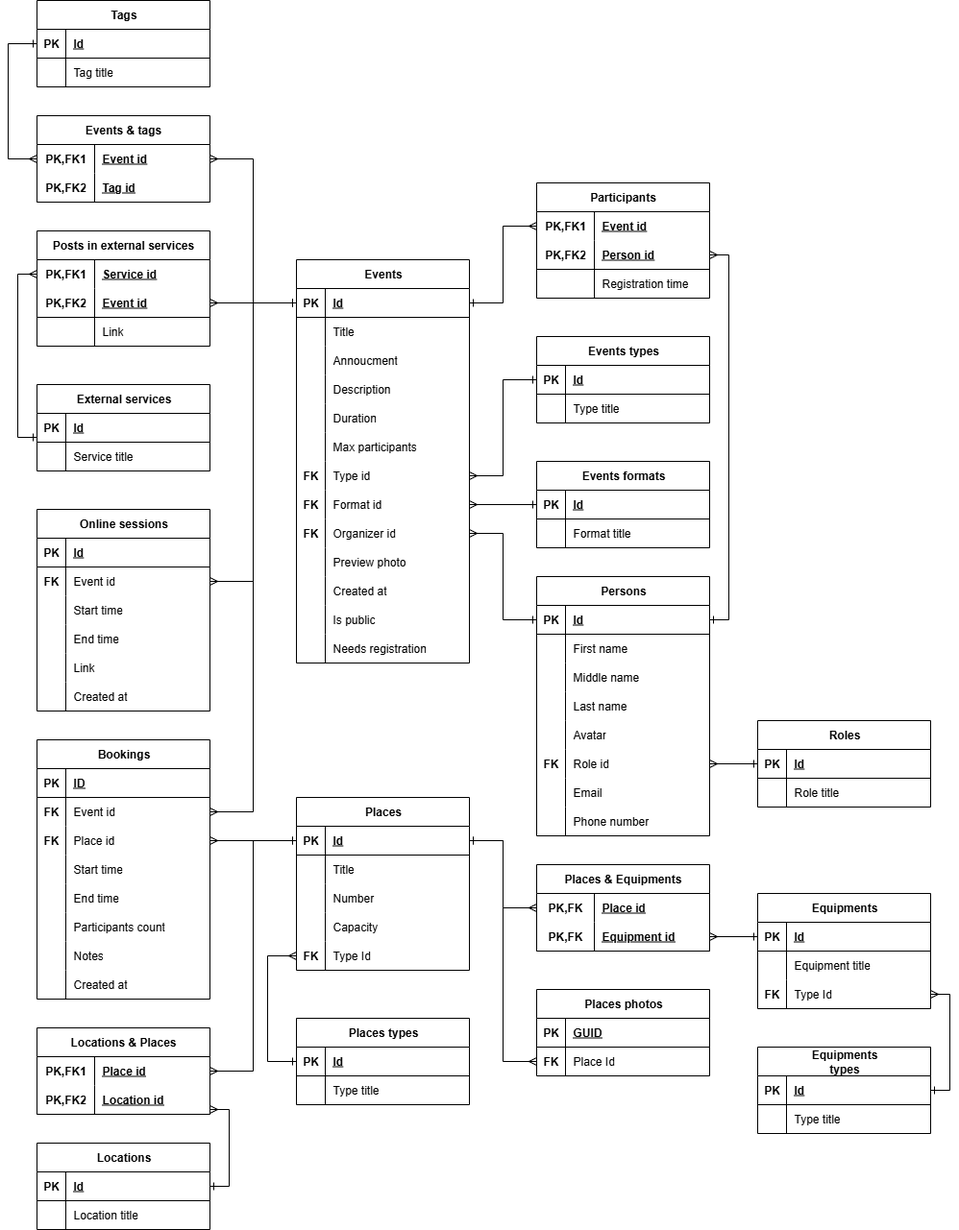
Before: DB.png, a diagram exported from draw.io (Shtskkh/Events.Backend). Source tidied: cells renumbered, new cells last; positions are measured from the earlier drawing's top-left corner, leaving out a move shared by most shapes.
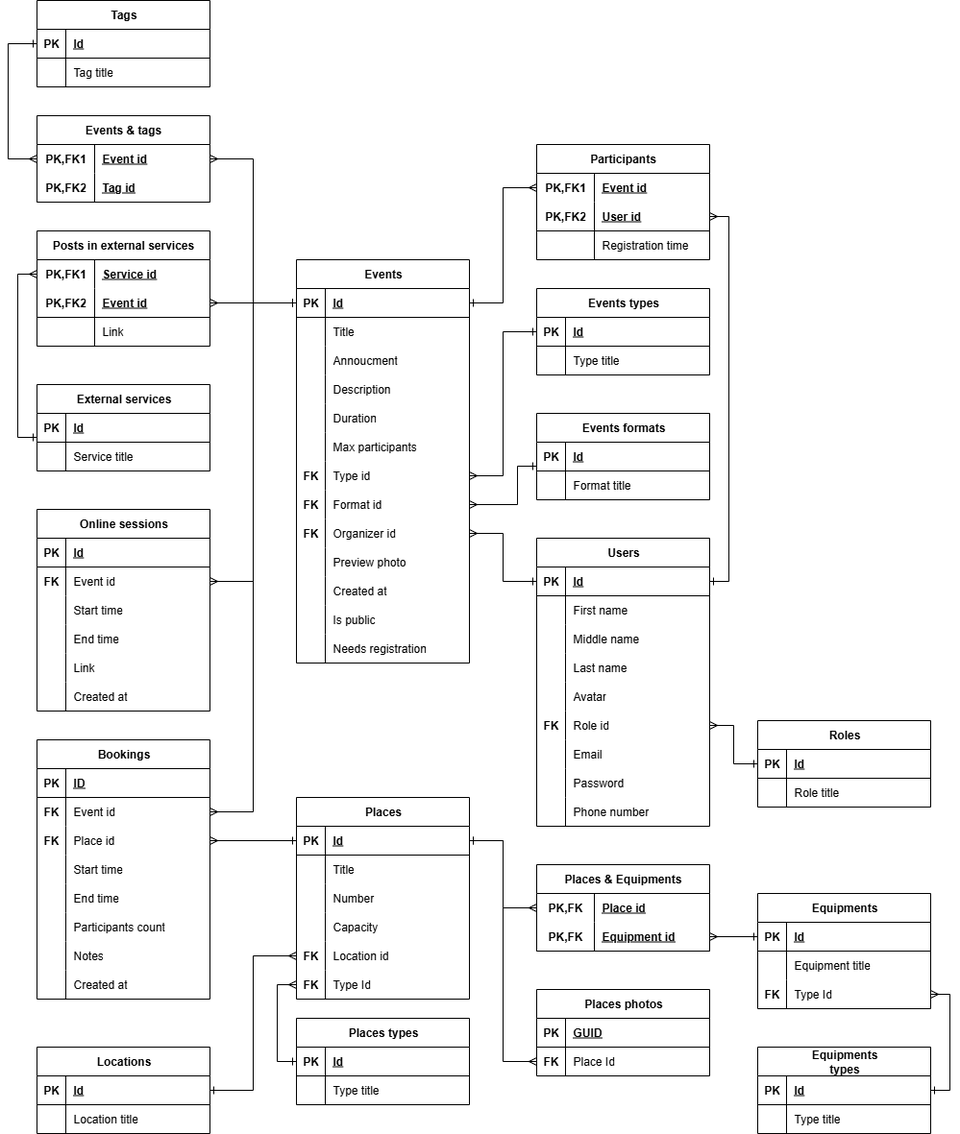
After the change.

Diff of the diagram source:
```diff
@@ -123,7 +123,7 @@
       <mxGeometry x="30" width="150" height="30" as="geometry" />
     </mxCell>
     <mxCell id="42" value="Events types" style="shape=table;startSize=30;rowLines=0;fontStyle=1;align=center;html=1;" parent="1" vertex="1">
-      <mxGeometry x="550" y="350" width="180" height="90" as="geometry" />
+      <mxGeometry x="550" y="300" width="180" height="90" as="geometry" />
     </mxCell>
     <mxCell id="43" style="shape=tableRow;horizontal=0;startSize=0;swimlaneHead=0;swimlaneBody=0;fillColor=none;points=[[0,0.5],[1,0.5]];portConstraint=eastwest;top=0;left=0;right=0;bottom=1;" parent="42" vertex="1">
       <mxGeometry y="30" width="180" height="30" as="geometry" />
@@ -147,10 +147,15 @@
       <mxGeometry relative="1" as="geometry" />
     </mxCell>
     <mxCell id="50" style="edgeStyle=orthogonalEdgeStyle;rounded=0;jettySize=auto;html=1;startArrow=ERone;startFill=0;endArrow=ERmany;endFill=0;" parent="1" edge="1" source="51" target="24">
-      <mxGeometry relative="1" as="geometry" />
+      <mxGeometry relative="1" as="geometry">
+        <Array as="points">
+          <mxPoint x="530" y="485" />
+          <mxPoint x="530" y="525" />
+        </Array>
+      </mxGeometry>
     </mxCell>
     <mxCell id="51" value="Events formats" style="shape=table;startSize=30;rowLines=0;fontStyle=1;align=center;html=1;" parent="1" vertex="1">
-      <mxGeometry x="550" y="480" width="180" height="90" as="geometry" />
+      <mxGeometry x="550" y="430" width="180" height="90" as="geometry" />
     </mxCell>
     <mxCell id="52" style="shape=tableRow;horizontal=0;startSize=0;swimlaneHead=0;swimlaneBody=0;fillColor=none;top=0;left=0;right=0;bottom=1;" parent="51" vertex="1">
       <mxGeometry y="30" width="180" height="30" as="geometry" />
@@ -221,7 +226,7 @@
       <mxGeometry x="60" width="120" height="30" as="geometry" />
     </mxCell>
     <mxCell id="73" value="Places" style="shape=table;startSize=30;rowLines=0;fontStyle=1;align=center;html=1;" parent="1" vertex="1">
-      <mxGeometry x="300" y="830" width="180" height="180" as="geometry" />
+      <mxGeometry x="300" y="830" width="180" height="210" as="geometry" />
     </mxCell>
     <mxCell id="74" style="shape=tableRow;horizontal=0;startSize=0;swimlaneHead=0;swimlaneBody=0;fillColor=none;points=[[0,0.5],[1,0.5]];portConstraint=eastwest;top=0;left=0;right=0;bottom=1;" parent="73" vertex="1">
       <mxGeometry y="30" width="180" height="30" as="geometry" />
@@ -265,9 +270,18 @@
     <mxCell id="87" value="&lt;div&gt;&lt;b&gt;FK&lt;/b&gt;&lt;/div&gt;" style="shape=partialRectangle;fillColor=none;top=0;left=0;bottom=0;right=0;overflow=hidden;whiteSpace=wrap;html=1;" parent="86" vertex="1">
       <mxGeometry width="30" height="30" as="geometry" />
     </mxCell>
-    <mxCell id="88" value="Type Id" style="shape=partialRectangle;fillColor=none;top=0;left=0;bottom=0;right=0;align=left;spacingLeft=6;overflow=hidden;whiteSpace=wrap;html=1;" parent="86" vertex="1">
+    <mxCell id="88" value="Location id" style="shape=partialRectangle;fillColor=none;top=0;left=0;bottom=0;right=0;align=left;spacingLeft=6;overflow=hidden;whiteSpace=wrap;html=1;" parent="86" vertex="1">
       <mxGeometry x="30" width="150" height="30" as="geometry" />
     </mxCell>
+    <mxCell id="261" style="shape=tableRow;horizontal=0;startSize=0;swimlaneHead=0;swimlaneBody=0;fillColor=none;points=[[0,0.5],[1,0.5]];portConstraint=eastwest;top=0;left=0;right=0;bottom=0;" parent="73" vertex="1">
+      <mxGeometry y="180" width="180" height="30" as="geometry" />
+    </mxCell>
+    <mxCell id="262" value="&lt;div&gt;&lt;b&gt;FK&lt;/b&gt;&lt;/div&gt;" style="shape=partialRectangle;fillColor=none;top=0;left=0;bottom=0;right=0;overflow=hidden;whiteSpace=wrap;html=1;" parent="261" vertex="1">
+      <mxGeometry width="30" height="30" as="geometry" />
+    </mxCell>
+    <mxCell id="263" value="Type Id" style="shape=partialRectangle;fillColor=none;top=0;left=0;bottom=0;right=0;align=left;spacingLeft=6;overflow=hidden;whiteSpace=wrap;html=1;" parent="261" vertex="1">
+      <mxGeometry x="30" width="150" height="30" as="geometry" />
+    </mxCell>
     <mxCell id="89" value="&lt;span style=&quot;text-align: left; text-wrap-mode: wrap;&quot;&gt;Equipments&lt;/span&gt;" style="shape=table;startSize=30;rowLines=0;fontStyle=1;align=center;html=1;" parent="1" vertex="1">
       <mxGeometry x="780" y="930" width="180" height="120" as="geometry" />
     </mxCell>
@@ -396,8 +410,8 @@
     <mxCell id="129" style="edgeStyle=orthogonalEdgeStyle;rounded=0;jettySize=auto;html=1;startArrow=ERone;startFill=0;endArrow=ERmany;endFill=0;" parent="1" edge="1" source="74" target="126">
       <mxGeometry relative="1" as="geometry" />
     </mxCell>
-    <mxCell id="130" value="Persons" style="shape=table;startSize=30;rowLines=0;fontStyle=1;align=center;html=1;" parent="1" vertex="1">
-      <mxGeometry x="550" y="600" width="180" height="270" as="geometry" />
+    <mxCell id="130" value="Users" style="shape=table;startSize=30;rowLines=0;fontStyle=1;align=center;html=1;" parent="1" vertex="1">
+      <mxGeometry x="550" y="560" width="180" height="300" as="geometry" />
     </mxCell>
     <mxCell id="131" style="shape=tableRow;horizontal=0;startSize=0;swimlaneHead=0;swimlaneBody=0;fillColor=none;points=[[0,0.5],[1,0.5]];portConstraint=eastwest;top=0;left=0;right=0;bottom=1;" parent="130" vertex="1">
       <mxGeometry y="30" width="180" height="30" as="geometry" />
@@ -462,8 +476,17 @@
     <mxCell id="151" value="Email" style="shape=partialRectangle;fillColor=none;top=0;left=0;bottom=0;right=0;align=left;spacingLeft=6;overflow=hidden;whiteSpace=wrap;html=1;" parent="149" vertex="1">
       <mxGeometry x="30" width="150" height="30" as="geometry" />
     </mxCell>
+    <mxCell id="264" style="shape=tableRow;horizontal=0;startSize=0;swimlaneHead=0;swimlaneBody=0;fillColor=none;top=0;left=0;right=0;bottom=0;" parent="130" vertex="1">
+      <mxGeometry y="240" width="180" height="30" as="geometry" />
+    </mxCell>
+    <mxCell id="265" style="shape=partialRectangle;fillColor=none;top=0;left=0;bottom=0;right=0;overflow=hidden;whiteSpace=wrap;html=1;" parent="264" vertex="1">
+      <mxGeometry width="30" height="30" as="geometry" />
+    </mxCell>
+    <mxCell id="266" value="Password" style="shape=partialRectangle;fillColor=none;top=0;left=0;bottom=0;right=0;align=left;spacingLeft=6;overflow=hidden;whiteSpace=wrap;html=1;" parent="264" vertex="1">
+      <mxGeometry x="30" width="150" height="30" as="geometry" />
+    </mxCell>
     <mxCell id="152" style="shape=tableRow;horizontal=0;startSize=0;swimlaneHead=0;swimlaneBody=0;fillColor=none;top=0;left=0;right=0;bottom=0;" parent="130" vertex="1">
-      <mxGeometry y="240" width="180" height="30" as="geometry" />
+      <mxGeometry y="270" width="180" height="30" as="geometry" />
     </mxCell>
     <mxCell id="153" style="shape=partialRectangle;fillColor=none;top=0;left=0;bottom=0;right=0;overflow=hidden;whiteSpace=wrap;html=1;" parent="152" vertex="1">
       <mxGeometry width="30" height="30" as="geometry" />
@@ -699,7 +722,7 @@
       <mxGeometry relative="1" as="geometry" />
     </mxCell>
     <mxCell id="229" value="Participants" style="shape=table;startSize=30;rowLines=0;fontStyle=1;align=center;html=1;whiteSpace=wrap;" parent="1" vertex="1">
-      <mxGeometry x="550" y="190" width="180" height="120" as="geometry" />
+      <mxGeometry x="550" y="150" width="180" height="120" as="geometry" />
     </mxCell>
     <mxCell id="230" style="shape=tableRow;horizontal=0;startSize=0;swimlaneHead=0;swimlaneBody=0;fillColor=none;points=[[0,0.5],[1,0.5]];portConstraint=eastwest;top=0;left=0;right=0;bottom=0;html=1;" parent="229" vertex="1">
       <mxGeometry y="30" width="180" height="30" as="geometry" />
@@ -716,7 +739,7 @@
     <mxCell id="234" value="PK,FK2" style="shape=partialRectangle;fillColor=none;top=0;left=0;bottom=0;right=0;fontStyle=1;overflow=hidden;html=1;whiteSpace=wrap;" parent="233" vertex="1">
       <mxGeometry width="60" height="30" as="geometry" />
     </mxCell>
-    <mxCell id="235" value="Person id" style="shape=partialRectangle;fillColor=none;top=0;left=0;bottom=0;right=0;align=left;spacingLeft=6;fontStyle=5;overflow=hidden;html=1;whiteSpace=wrap;" parent="233" vertex="1">
+    <mxCell id="235" value="User id" style="shape=partialRectangle;fillColor=none;top=0;left=0;bottom=0;right=0;align=left;spacingLeft=6;fontStyle=5;overflow=hidden;html=1;whiteSpace=wrap;" parent="233" vertex="1">
       <mxGeometry x="60" width="120" height="30" as="geometry" />
     </mxCell>
     <mxCell id="236" style="shape=tableRow;horizontal=0;startSize=0;swimlaneHead=0;swimlaneBody=0;fillColor=none;top=0;left=0;right=0;bottom=0;html=1;" parent="229" vertex="1">
@@ -740,24 +763,16 @@
     <mxCell id="242" style="edgeStyle=orthogonalEdgeStyle;rounded=0;jettySize=auto;html=1;startArrow=ERone;startFill=0;endArrow=ERmany;endFill=0;" parent="1" edge="1" source="131" target="233">
       <mxGeometry relative="1" as="geometry">
         <Array as="points">
-          <mxPoint x="750" y="645" />
-          <mxPoint x="750" y="265" />
+          <mxPoint x="750" y="605" />
+          <mxPoint x="750" y="225" />
         </Array>
       </mxGeometry>
     </mxCell>
     <mxCell id="243" style="edgeStyle=orthogonalEdgeStyle;rounded=0;jettySize=auto;html=1;startArrow=ERone;startFill=0;endArrow=ERmany;endFill=0;" parent="1" edge="1" source="74" target="108">
       <mxGeometry relative="1" as="geometry" />
     </mxCell>
-    <mxCell id="244" style="edgeStyle=orthogonalEdgeStyle;rounded=0;jettySize=auto;html=1;startArrow=ERone;startFill=0;endArrow=ERmany;endFill=0;" parent="1" edge="1" source="245" target="256">
-      <mxGeometry relative="1" as="geometry">
-        <Array as="points">
-          <mxPoint x="230" y="1235" />
-          <mxPoint x="230" y="1155" />
-        </Array>
-      </mxGeometry>
-    </mxCell>
     <mxCell id="245" value="Locations" style="shape=table;startSize=30;rowLines=0;fontStyle=1;align=center;html=1;" parent="1" vertex="1">
-      <mxGeometry x="30" y="1190" width="180" height="90" as="geometry" />
+      <mxGeometry x="30" y="1090" width="180" height="90" as="geometry" />
     </mxCell>
     <mxCell id="246" style="shape=tableRow;horizontal=0;startSize=0;swimlaneHead=0;swimlaneBody=0;fillColor=none;points=[[0,0.5],[1,0.5]];portConstraint=eastwest;top=0;left=0;right=0;bottom=1;" parent="245" vertex="1">
       <mxGeometry y="30" width="180" height="30" as="geometry" />
@@ -777,37 +792,16 @@
     <mxCell id="251" value="Location title" style="shape=partialRectangle;fillColor=none;top=0;left=0;bottom=0;right=0;align=left;spacingLeft=6;overflow=hidden;whiteSpace=wrap;html=1;" parent="249" vertex="1">
       <mxGeometry x="30" width="150" height="30" as="geometry" />
     </mxCell>
-    <mxCell id="252" value="Locations &amp;amp; Places" style="shape=table;startSize=30;rowLines=0;fontStyle=1;align=center;html=1;whiteSpace=wrap;" parent="1" vertex="1">
-      <mxGeometry x="30" y="1070" width="180" height="90" as="geometry" />
-    </mxCell>
-    <mxCell id="253" style="shape=tableRow;horizontal=0;startSize=0;swimlaneHead=0;swimlaneBody=0;fillColor=none;points=[[0,0.5],[1,0.5]];portConstraint=eastwest;top=0;left=0;right=0;bottom=0;html=1;" parent="252" vertex="1">
-      <mxGeometry y="30" width="180" height="30" as="geometry" />
-    </mxCell>
-    <mxCell id="254" value="PK,FK1" style="shape=partialRectangle;fillColor=none;top=0;left=0;bottom=0;right=0;fontStyle=1;overflow=hidden;html=1;whiteSpace=wrap;" parent="253" vertex="1">
-      <mxGeometry width="60" height="30" as="geometry" />
-    </mxCell>
-    <mxCell id="255" value="Place id" style="shape=partialRectangle;fillColor=none;top=0;left=0;bottom=0;right=0;align=left;spacingLeft=6;fontStyle=5;overflow=hidden;html=1;whiteSpace=wrap;" parent="253" vertex="1">
-      <mxGeometry x="60" width="120" height="30" as="geometry" />
-    </mxCell>
-    <mxCell id="256" style="shape=tableRow;horizontal=0;startSize=0;swimlaneHead=0;swimlaneBody=0;fillColor=none;points=[[0,0.5],[1,0.5]];portConstraint=eastwest;top=0;left=0;right=0;bottom=1;html=1;" parent="252" vertex="1">
-      <mxGeometry y="60" width="180" height="30" as="geometry" />
-    </mxCell>
-    <mxCell id="257" value="PK,FK2" style="shape=partialRectangle;fillColor=none;top=0;left=0;bottom=0;right=0;fontStyle=1;overflow=hidden;html=1;whiteSpace=wrap;" parent="256" vertex="1">
-      <mxGeometry width="60" height="30" as="geometry" />
-    </mxCell>
-    <mxCell id="258" value="Location id" style="shape=partialRectangle;fillColor=none;top=0;left=0;bottom=0;right=0;align=left;spacingLeft=6;fontStyle=5;overflow=hidden;html=1;whiteSpace=wrap;" parent="256" vertex="1">
-      <mxGeometry x="60" width="120" height="30" as="geometry" />
-    </mxCell>
-    <mxCell id="259" style="edgeStyle=orthogonalEdgeStyle;rounded=0;jettySize=auto;html=1;startArrow=ERone;startFill=0;endArrow=ERmany;endFill=0;" parent="1" edge="1" source="74" target="253">
-      <mxGeometry relative="1" as="geometry" />
-    </mxCell>
-    <mxCell id="260" style="edgeStyle=orthogonalEdgeStyle;rounded=0;jettySize=auto;html=1;startArrow=ERone;startFill=0;endArrow=ERmany;endFill=0;" parent="1" edge="1" source="116" target="86">
-      <mxGeometry relative="1" as="geometry">
-        <Array as="points">
-          <mxPoint x="270" y="1105" />
-          <mxPoint x="270" y="995" />
-        </Array>
-      </mxGeometry>
-    </mxCell>
+    <mxCell id="267" style="edgeStyle=orthogonalEdgeStyle;rounded=0;jettySize=auto;html=1;startArrow=ERone;startFill=0;endArrow=ERmany;endFill=0;" parent="1" edge="1" source="246" target="86">
+      <mxGeometry relative="1" as="geometry" />
+    </mxCell>
+    <mxCell id="268" style="edgeStyle=orthogonalEdgeStyle;rounded=0;jettySize=auto;html=1;startArrow=ERone;startFill=0;endArrow=ERmany;endFill=0;" parent="1" edge="1" source="116" target="261">
+      <mxGeometry relative="1" as="geometry">
+        <Array as="points">
+          <mxPoint x="280" y="1105" />
+          <mxPoint x="280" y="1025" />
+        </Array>
+      </mxGeometry>
+    </mxCell>
   </root>
 </mxGraphModel>
```
